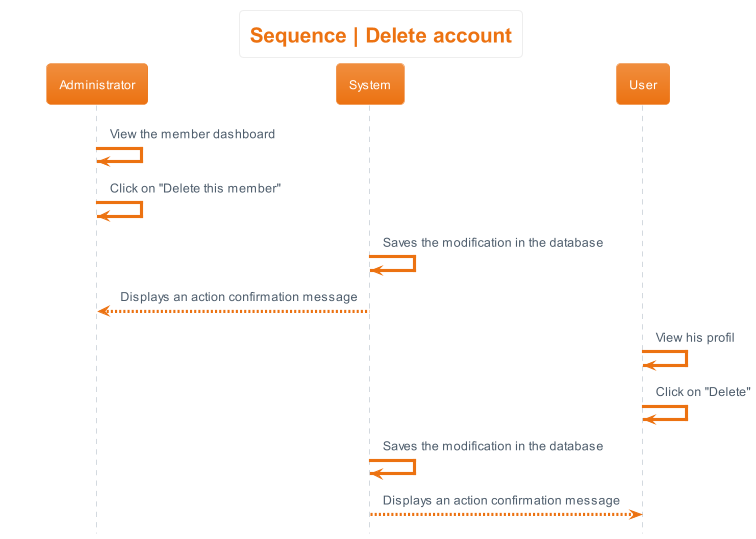
This is 1_project_design/uml_diagrams/sequence/members/delete_account/delete_account/sequence__delete_account.png from sebastien-d-me/SebBlog, a PlantUML export, as it was before one commit.
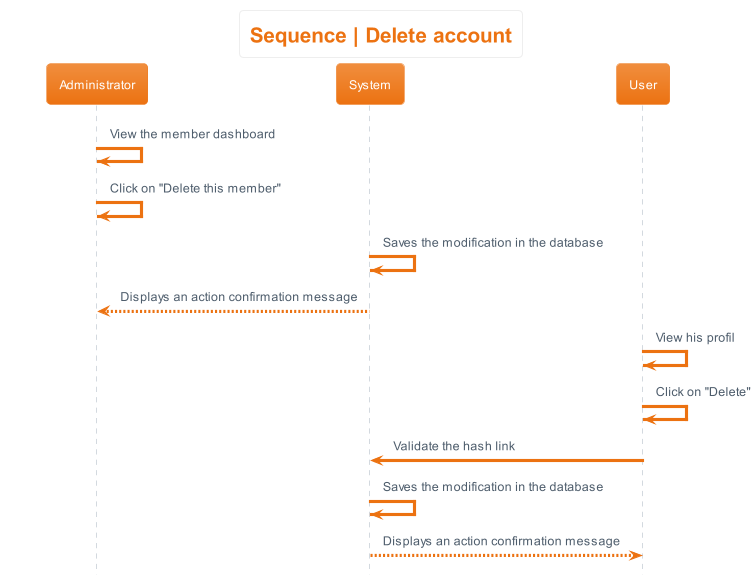
Later version of the same file.

What changed in the source:
```diff
@@ -13,6 +13,7 @@
 
 User -> User: View his profil
 User -> User: Click on "Delete"
+User -> System : Validate the hash link
 System -> System : Saves the modification in the database
 System --> User: Displays an action confirmation message
 @enduml
```
